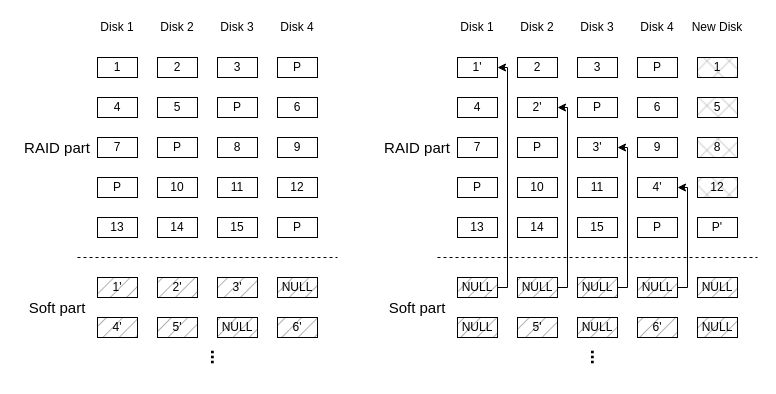
The draw.io diagram expandRAID/expand-steps.drawio in Icarusradio/Pictures, before the edit. Source tidied: cells renumbered, new cells numbered last; positions are measured from the earlier drawing's top-left corner, leaving out a move shared by most shapes. Both pictures are drawn from the tidied source at 100%, with x=0, y=0 at pixel (17, 17).
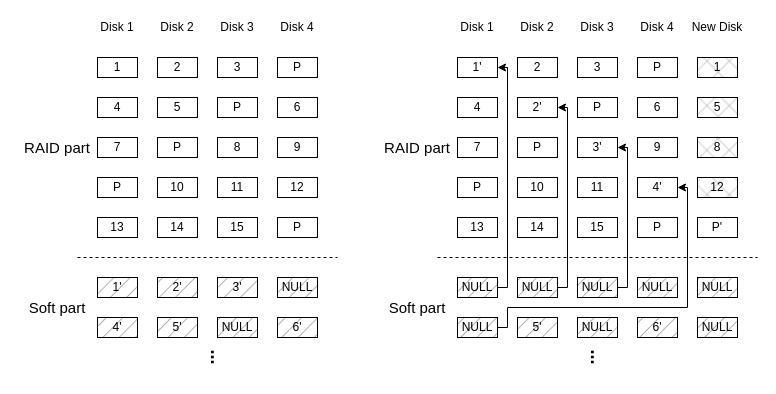
After the change.

The change refers to these unchanged cells:
```xml
<mxCell id="46" value="NULL" style="rounded=0;whiteSpace=wrap;html=1;fillColor=#999999;fillStyle=hatch;" parent="1" vertex="1">
  <mxGeometry x="620" y="260" width="40" height="20" as="geometry" />
</mxCell>
<mxCell id="75" value="4'" style="rounded=0;whiteSpace=wrap;html=1;fillColor=none;fillStyle=hatch;" parent="1" vertex="1">
  <mxGeometry x="620" y="160" width="40" height="20" as="geometry" />
</mxCell>
<mxCell id="81" value="NULL" style="rounded=0;whiteSpace=wrap;html=1;fillColor=#999999;fillStyle=hatch;" parent="1" vertex="1">
  <mxGeometry x="440" y="300" width="40" height="20" as="geometry" />
</mxCell>
```

What changed in the source:
```diff
@@
-    <mxCell id="91" style="endArrow=none;html=1;rounded=0;" parent="1" edge="1">
-      <mxGeometry relative="1" as="geometry">
-        <mxPoint x="670" y="270" as="sourcePoint" />
-        <mxPoint x="670" y="170" as="targetPoint" />
-      </mxGeometry>
-    </mxCell>
-    <mxCell id="92" style="endArrow=none;html=1;rounded=0;exitX=1;exitY=0.5;exitDx=0;exitDy=0;" parent="1" edge="1" source="46">
-      <mxGeometry relative="1" as="geometry">
-        <mxPoint x="670" y="270" as="targetPoint" />
-      </mxGeometry>
-    </mxCell>
-    <mxCell id="93" style="endArrow=classic;html=1;rounded=0;" parent="1" edge="1">
-      <mxGeometry relative="1" as="geometry">
-        <mxPoint x="670" y="170" as="sourcePoint" />
-        <mxPoint x="660" y="170" as="targetPoint" />
-      </mxGeometry>
-    </mxCell>
+    <mxCell id="94" style="endArrow=none;html=1;rounded=0;" parent="1" edge="1">
+      <mxGeometry relative="1" as="geometry">
+        <mxPoint x="490" y="290" as="sourcePoint" />
+        <mxPoint x="670" y="290" as="targetPoint" />
+      </mxGeometry>
+    </mxCell>
+    <mxCell id="95" style="endArrow=none;html=1;rounded=0;" parent="1" edge="1">
+      <mxGeometry relative="1" as="geometry">
+        <mxPoint x="670" y="290" as="sourcePoint" />
+        <mxPoint x="670" y="170" as="targetPoint" />
+      </mxGeometry>
+    </mxCell>
+    <mxCell id="96" style="endArrow=none;html=1;rounded=0;" parent="1" edge="1">
+      <mxGeometry relative="1" as="geometry">
+        <mxPoint x="490" y="310" as="sourcePoint" />
+        <mxPoint x="490" y="290" as="targetPoint" />
+      </mxGeometry>
+    </mxCell>
+    <mxCell id="97" style="endArrow=none;html=1;rounded=0;exitX=1;exitY=0.5;exitDx=0;exitDy=0;" parent="1" edge="1" source="81">
+      <mxGeometry relative="1" as="geometry">
+        <mxPoint x="490" y="310" as="targetPoint" />
+      </mxGeometry>
+    </mxCell>
+    <mxCell id="98" style="endArrow=classic;html=1;rounded=0;entryX=1;entryY=0.5;entryDx=0;entryDy=0;" parent="1" edge="1" target="75">
+      <mxGeometry relative="1" as="geometry">
+        <mxPoint x="670" y="170" as="sourcePoint" />
+      </mxGeometry>
+    </mxCell>
```
